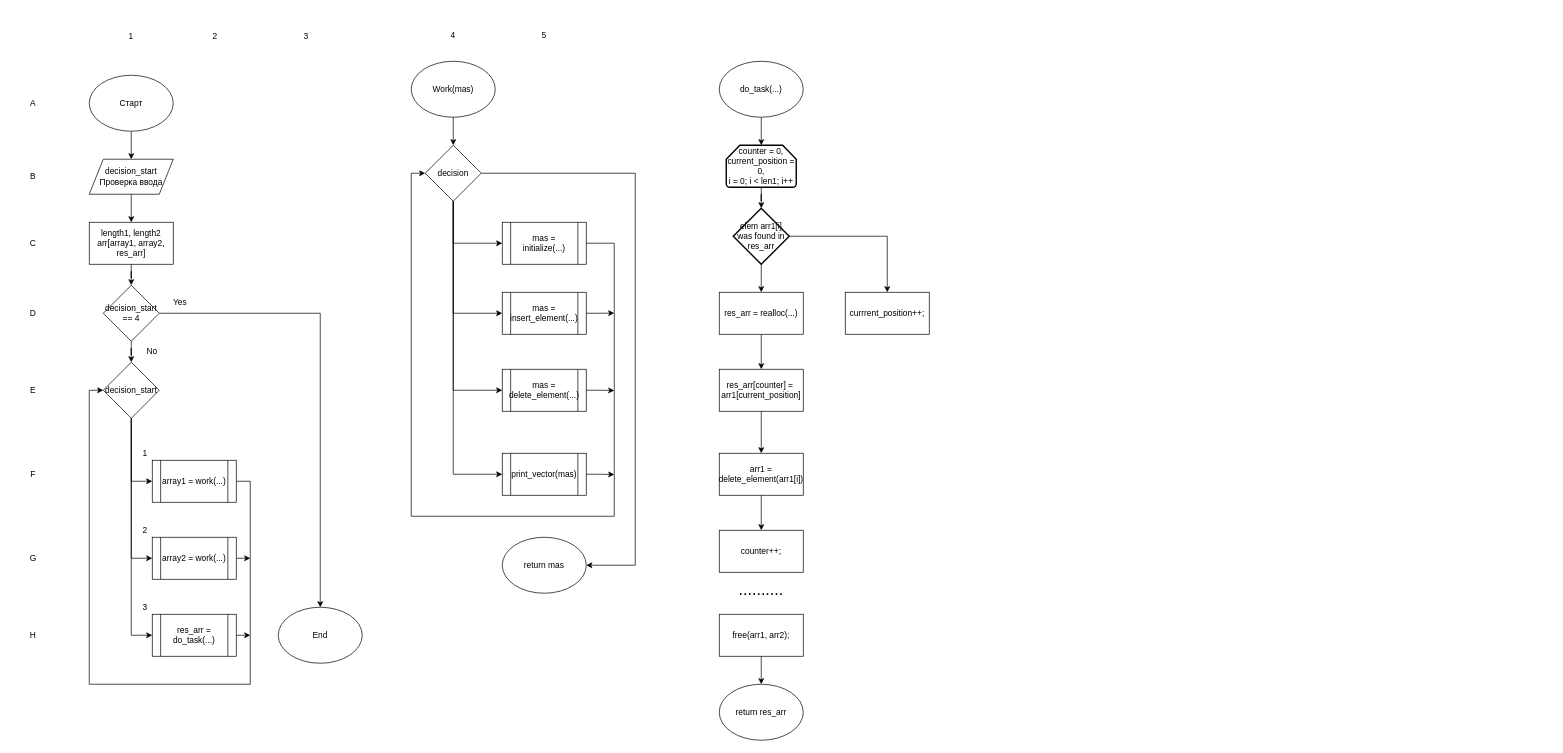
Earlier version of the draw.io diagram labs/lab3/lab3.drawio (Glebins/mephi_labs). Source tidied: cells renumbered, new cells numbered last; positions are measured from the earlier drawing's top-left corner, leaving out a move shared by most shapes. Both pictures are drawn from the tidied source at 70%, with x=0, y=0 at pixel (12, 24).
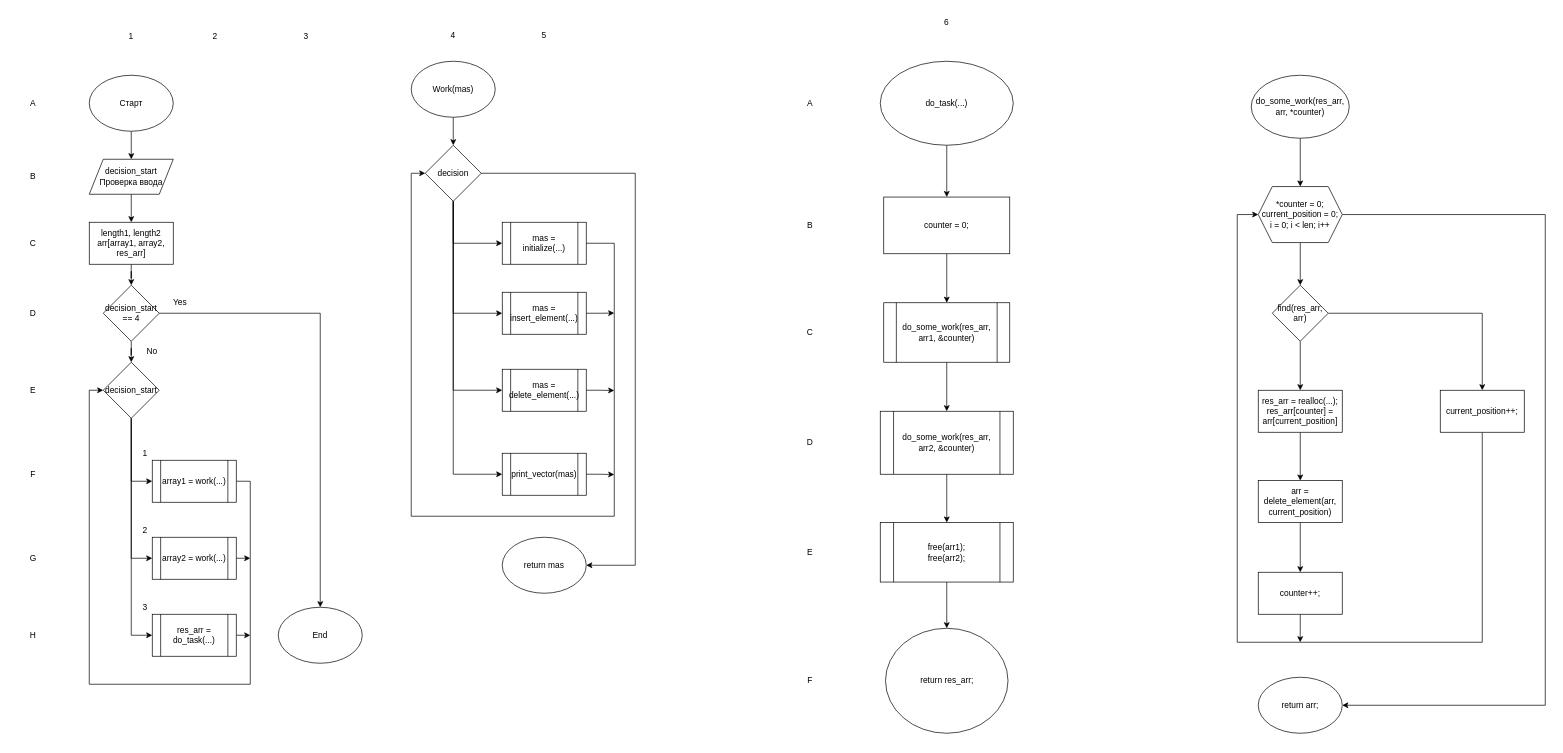
After the change.

Change to the diagram source:
```diff
@@
-    <mxCell id="25" style="edgeStyle=orthogonalEdgeStyle;rounded=0;jettySize=auto;html=1;" parent="1" edge="1" source="26" target="28">
-      <mxGeometry relative="1" as="geometry" />
-    </mxCell>
-    <mxCell id="26" value="do_task(...)" style="ellipse;whiteSpace=wrap;html=1;" parent="1" vertex="1">
-      <mxGeometry x="1010" y="52" width="120" height="80" as="geometry" />
-    </mxCell>
-    <mxCell id="27" style="edgeStyle=orthogonalEdgeStyle;rounded=0;jettySize=auto;html=1;" parent="1" edge="1" source="28" target="31">
-      <mxGeometry relative="1" as="geometry" />
-    </mxCell>
-    <mxCell id="28" value="counter = 0,&lt;br&gt;current_position = 0,&lt;br&gt;i = 0; i &amp;lt; len1; i++" style="strokeWidth=2;html=1;shape=mxgraph.flowchart.loop_limit;whiteSpace=wrap;" parent="1" vertex="1">
-      <mxGeometry x="1020" y="172" width="100" height="60" as="geometry" />
-    </mxCell>
-    <mxCell id="29" style="edgeStyle=orthogonalEdgeStyle;rounded=0;jettySize=auto;html=1;" parent="1" edge="1" source="31" target="33">
-      <mxGeometry relative="1" as="geometry" />
-    </mxCell>
-    <mxCell id="30" style="edgeStyle=orthogonalEdgeStyle;rounded=0;jettySize=auto;html=1;exitX=1;exitY=0.5;exitDx=0;exitDy=0;entryX=0.5;entryY=0;entryDx=0;entryDy=0;" parent="1" edge="1" source="31" target="39">
-      <mxGeometry relative="1" as="geometry" />
-    </mxCell>
-    <mxCell id="31" value="elem arr1[i]&lt;br&gt;was found in&lt;br&gt;res_arr" style="rhombus;whiteSpace=wrap;html=1;strokeWidth=2;" parent="1" vertex="1">
-      <mxGeometry x="1030" y="262" width="80" height="80" as="geometry" />
-    </mxCell>
-    <mxCell id="32" style="edgeStyle=orthogonalEdgeStyle;rounded=0;jettySize=auto;html=1;" parent="1" edge="1" source="33" target="35">
-      <mxGeometry relative="1" as="geometry" />
-    </mxCell>
-    <mxCell id="33" value="res_arr = realloc(...)" style="rounded=0;whiteSpace=wrap;html=1;" parent="1" vertex="1">
-      <mxGeometry x="1010" y="382" width="120" height="60" as="geometry" />
-    </mxCell>
-    <mxCell id="34" style="edgeStyle=orthogonalEdgeStyle;rounded=0;jettySize=auto;html=1;" parent="1" edge="1" source="35" target="37">
-      <mxGeometry relative="1" as="geometry" />
-    </mxCell>
-    <mxCell id="35" value="res_arr[counter] =&amp;nbsp;&lt;br&gt;arr1[current_position]" style="rounded=0;whiteSpace=wrap;html=1;" parent="1" vertex="1">
-      <mxGeometry x="1010" y="492" width="120" height="60" as="geometry" />
-    </mxCell>
-    <mxCell id="36" style="edgeStyle=orthogonalEdgeStyle;rounded=0;jettySize=auto;html=1;" parent="1" edge="1" source="37" target="38">
-      <mxGeometry relative="1" as="geometry" />
-    </mxCell>
-    <mxCell id="37" value="arr1 = delete_element(arr1[i])" style="rounded=0;whiteSpace=wrap;html=1;" parent="1" vertex="1">
-      <mxGeometry x="1010" y="612" width="120" height="60" as="geometry" />
-    </mxCell>
-    <mxCell id="38" value="counter++;" style="whiteSpace=wrap;html=1;rounded=0;" parent="1" vertex="1">
-      <mxGeometry x="1010" y="722" width="120" height="60" as="geometry" />
-    </mxCell>
-    <mxCell id="39" value="currrent_position++;" style="rounded=0;whiteSpace=wrap;html=1;" parent="1" vertex="1">
-      <mxGeometry x="1190" y="382" width="120" height="60" as="geometry" />
-    </mxCell>
-    <mxCell id="40" style="edgeStyle=orthogonalEdgeStyle;rounded=0;jettySize=auto;html=1;" parent="1" edge="1" source="41" target="42">
-      <mxGeometry relative="1" as="geometry" />
-    </mxCell>
-    <mxCell id="41" value="free(arr1, arr2);" style="rounded=0;whiteSpace=wrap;html=1;" parent="1" vertex="1">
-      <mxGeometry x="1010" y="842" width="120" height="60" as="geometry" />
-    </mxCell>
-    <mxCell id="42" value="return res_arr" style="ellipse;whiteSpace=wrap;html=1;" parent="1" vertex="1">
-      <mxGeometry x="1010" y="942" width="120" height="80" as="geometry" />
-    </mxCell>
-    <mxCell id="43" value="&lt;font style=&quot;font-size: 23px;&quot;&gt;..........&lt;/font&gt;" style="text;html=1;strokeColor=none;fillColor=none;align=center;verticalAlign=middle;whiteSpace=wrap;rounded=0;strokeWidth=5;" parent="1" vertex="1">
-      <mxGeometry x="1040" y="792" width="60" height="30" as="geometry" />
-    </mxCell>
@@
+    <mxCell id="76" style="edgeStyle=orthogonalEdgeStyle;rounded=0;jettySize=auto;html=1;" parent="1" edge="1" source="26" target="78">
+      <mxGeometry relative="1" as="geometry" />
+    </mxCell>
+    <mxCell id="26" value="do_task(...)" style="ellipse;whiteSpace=wrap;html=1;" parent="1" vertex="1">
+      <mxGeometry x="1240" y="52" width="190" height="120" as="geometry" />
+    </mxCell>
+    <mxCell id="77" style="edgeStyle=orthogonalEdgeStyle;rounded=0;jettySize=auto;html=1;" parent="1" edge="1" source="78" target="80">
+      <mxGeometry relative="1" as="geometry" />
+    </mxCell>
+    <mxCell id="78" value="counter = 0;" style="rounded=0;whiteSpace=wrap;html=1;" parent="1" vertex="1">
+      <mxGeometry x="1245" y="246" width="180" height="81" as="geometry" />
+    </mxCell>
+    <mxCell id="79" style="edgeStyle=orthogonalEdgeStyle;rounded=0;jettySize=auto;html=1;" parent="1" edge="1" source="80" target="82">
+      <mxGeometry relative="1" as="geometry" />
+    </mxCell>
+    <mxCell id="80" value="do_some_work(res_arr, arr1, &amp;amp;counter)" style="shape=process;whiteSpace=wrap;html=1;backgroundOutline=1;" parent="1" vertex="1">
+      <mxGeometry x="1245" y="397" width="180" height="85" as="geometry" />
+    </mxCell>
+    <mxCell id="81" style="edgeStyle=orthogonalEdgeStyle;rounded=0;jettySize=auto;html=1;" parent="1" edge="1" source="82" target="84">
+      <mxGeometry relative="1" as="geometry" />
+    </mxCell>
+    <mxCell id="82" value="do_some_work(res_arr, arr2, &amp;amp;counter)" style="shape=process;whiteSpace=wrap;html=1;backgroundOutline=1;" parent="1" vertex="1">
+      <mxGeometry x="1240" y="552" width="190" height="90" as="geometry" />
+    </mxCell>
+    <mxCell id="83" style="edgeStyle=orthogonalEdgeStyle;rounded=0;jettySize=auto;html=1;" parent="1" edge="1" source="84" target="85">
+      <mxGeometry relative="1" as="geometry" />
+    </mxCell>
+    <mxCell id="84" value="free(arr1);&lt;br&gt;free(arr2);" style="shape=process;whiteSpace=wrap;html=1;backgroundOutline=1;" parent="1" vertex="1">
+      <mxGeometry x="1240" y="711" width="190" height="85" as="geometry" />
+    </mxCell>
+    <mxCell id="85" value="return res_arr;" style="ellipse;whiteSpace=wrap;html=1;" parent="1" vertex="1">
+      <mxGeometry x="1247.5" y="862" width="175" height="150" as="geometry" />
+    </mxCell>
+    <mxCell id="86" value="A" style="text;html=1;strokeColor=none;fillColor=none;align=center;verticalAlign=middle;whiteSpace=wrap;rounded=0;" parent="1" vertex="1">
+      <mxGeometry x="1110" y="97" width="60" height="30" as="geometry" />
+    </mxCell>
+    <mxCell id="87" value="B" style="text;html=1;strokeColor=none;fillColor=none;align=center;verticalAlign=middle;whiteSpace=wrap;rounded=0;" parent="1" vertex="1">
+      <mxGeometry x="1110" y="271.5" width="60" height="30" as="geometry" />
+    </mxCell>
+    <mxCell id="88" value="C" style="text;html=1;strokeColor=none;fillColor=none;align=center;verticalAlign=middle;whiteSpace=wrap;rounded=0;" parent="1" vertex="1">
+      <mxGeometry x="1110" y="424.5" width="60" height="30" as="geometry" />
+    </mxCell>
+    <mxCell id="89" value="D" style="text;html=1;strokeColor=none;fillColor=none;align=center;verticalAlign=middle;whiteSpace=wrap;rounded=0;" parent="1" vertex="1">
+      <mxGeometry x="1110" y="582" width="60" height="30" as="geometry" />
+    </mxCell>
+    <mxCell id="90" value="E" style="text;html=1;strokeColor=none;fillColor=none;align=center;verticalAlign=middle;whiteSpace=wrap;rounded=0;" parent="1" vertex="1">
+      <mxGeometry x="1110" y="738.5" width="60" height="30" as="geometry" />
+    </mxCell>
+    <mxCell id="91" value="F" style="text;html=1;strokeColor=none;fillColor=none;align=center;verticalAlign=middle;whiteSpace=wrap;rounded=0;" parent="1" vertex="1">
+      <mxGeometry x="1110" y="922" width="60" height="30" as="geometry" />
+    </mxCell>
+    <mxCell id="92" value="6" style="text;html=1;strokeColor=none;fillColor=none;align=center;verticalAlign=middle;whiteSpace=wrap;rounded=0;" parent="1" vertex="1">
+      <mxGeometry x="1305" y="-18" width="60" height="30" as="geometry" />
+    </mxCell>
+    <mxCell id="93" style="edgeStyle=orthogonalEdgeStyle;rounded=0;jettySize=auto;html=1;" parent="1" edge="1" source="94" target="97">
+      <mxGeometry relative="1" as="geometry" />
+    </mxCell>
+    <mxCell id="94" value="do_some_work(res_arr, arr, *counter)" style="ellipse;whiteSpace=wrap;html=1;" parent="1" vertex="1">
+      <mxGeometry x="1770" y="72" width="140" height="90" as="geometry" />
+    </mxCell>
+    <mxCell id="95" style="edgeStyle=orthogonalEdgeStyle;rounded=0;jettySize=auto;html=1;" parent="1" edge="1" source="97" target="100">
+      <mxGeometry relative="1" as="geometry" />
+    </mxCell>
+    <mxCell id="96" style="edgeStyle=orthogonalEdgeStyle;rounded=0;jettySize=auto;html=1;exitX=1;exitY=0.5;exitDx=0;exitDy=0;entryX=1;entryY=0.5;entryDx=0;entryDy=0;" parent="1" edge="1" source="97" target="108">
+      <mxGeometry relative="1" as="geometry">
+        <Array as="points">
+          <mxPoint x="2190" y="271" />
+          <mxPoint x="2190" y="972" />
+        </Array>
+      </mxGeometry>
+    </mxCell>
+    <mxCell id="97" value="*counter = 0;&lt;br&gt;current_position = 0;&lt;br&gt;i = 0; i &amp;lt; len; i++" style="shape=hexagon;perimeter=hexagonPerimeter2;whiteSpace=wrap;html=1;fixedSize=1;" parent="1" vertex="1">
+      <mxGeometry x="1780" y="231" width="120" height="80" as="geometry" />
+    </mxCell>
+    <mxCell id="98" style="edgeStyle=orthogonalEdgeStyle;rounded=0;jettySize=auto;html=1;" parent="1" edge="1" source="100" target="102">
+      <mxGeometry relative="1" as="geometry" />
+    </mxCell>
+    <mxCell id="99" style="edgeStyle=orthogonalEdgeStyle;rounded=0;jettySize=auto;html=1;exitX=1;exitY=0.5;exitDx=0;exitDy=0;" parent="1" edge="1" source="100" target="107">
+      <mxGeometry relative="1" as="geometry" />
+    </mxCell>
+    <mxCell id="100" value="find(res_arr, arr)" style="rhombus;whiteSpace=wrap;html=1;" parent="1" vertex="1">
+      <mxGeometry x="1800" y="372" width="80" height="80" as="geometry" />
+    </mxCell>
+    <mxCell id="101" style="edgeStyle=orthogonalEdgeStyle;rounded=0;jettySize=auto;html=1;" parent="1" edge="1" source="102" target="104">
+      <mxGeometry relative="1" as="geometry" />
+    </mxCell>
+    <mxCell id="102" value="res_arr = realloc(...);&lt;br&gt;res_arr[counter] = arr[current_position]" style="rounded=0;whiteSpace=wrap;html=1;" parent="1" vertex="1">
+      <mxGeometry x="1780" y="522" width="120" height="60" as="geometry" />
+    </mxCell>
+    <mxCell id="103" style="edgeStyle=orthogonalEdgeStyle;rounded=0;jettySize=auto;html=1;" parent="1" edge="1" source="104" target="38">
+      <mxGeometry relative="1" as="geometry" />
+    </mxCell>
+    <mxCell id="104" value="arr = delete_element(arr, current_position)" style="rounded=0;whiteSpace=wrap;html=1;" parent="1" vertex="1">
+      <mxGeometry x="1780" y="651" width="120" height="60" as="geometry" />
+    </mxCell>
+    <mxCell id="105" style="edgeStyle=orthogonalEdgeStyle;rounded=0;jettySize=auto;html=1;exitX=0.5;exitY=1;exitDx=0;exitDy=0;" parent="1" edge="1" source="38">
+      <mxGeometry relative="1" as="geometry">
+        <mxPoint x="1839.9" y="882" as="targetPoint" />
+      </mxGeometry>
+    </mxCell>
+    <mxCell id="38" value="counter++;" style="rounded=0;whiteSpace=wrap;html=1;" parent="1" vertex="1">
+      <mxGeometry x="1780" y="782" width="120" height="60" as="geometry" />
+    </mxCell>
+    <mxCell id="106" style="edgeStyle=orthogonalEdgeStyle;rounded=0;jettySize=auto;html=1;exitX=0.5;exitY=1;exitDx=0;exitDy=0;entryX=0;entryY=0.5;entryDx=0;entryDy=0;" parent="1" edge="1" source="107" target="97">
+      <mxGeometry relative="1" as="geometry">
+        <Array as="points">
+          <mxPoint x="2100" y="882" />
+          <mxPoint x="1750" y="882" />
+          <mxPoint x="1750" y="271" />
+        </Array>
+      </mxGeometry>
+    </mxCell>
+    <mxCell id="107" value="current_position++;" style="rounded=0;whiteSpace=wrap;html=1;" parent="1" vertex="1">
+      <mxGeometry x="2040" y="522" width="120" height="60" as="geometry" />
+    </mxCell>
+    <mxCell id="108" value="return arr;" style="ellipse;whiteSpace=wrap;html=1;" parent="1" vertex="1">
+      <mxGeometry x="1780" y="932" width="120" height="80" as="geometry" />
+    </mxCell>
```
